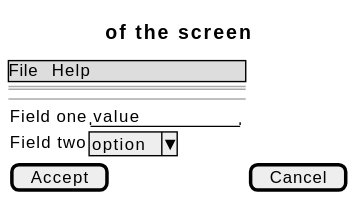
The PlantUML diagram docs/01-requirements/use-cases/switchFeature/wireframes.svg in didactika/kampus, before a commit. Source of this version:
```plantuml
@startsalt
{
  {* File | Help }
  ==
  Title of the screen
  --
  {
    Field one | "value        "
    Field two | ^option^
  }
  [ Accept ] | [ Cancel ]
}
@endsalt
```
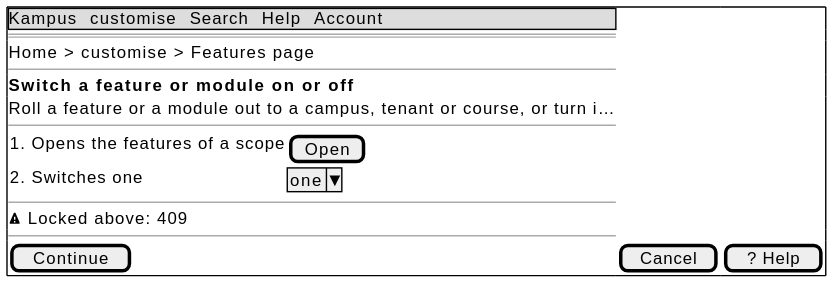
Above is the later version.

What changed in the source:
```diff
@@ -1,13 +1,19 @@
 @startsalt
-{
-  {* File | Help }
+{+
+  {* Kampus | customise | Search | Help | Account }
   ==
-  Title of the screen
+  Home > customise > Features page
+  --
+  <b>Switch a feature or module on or off
+  Roll a feature or a module out to a campus, tenant or course, or turn i…
   --
   {
-    Field one | "value        "
-    Field two | ^option^
+    1. Opens the features of a scope | [ Open ]
+    2. Switches one | ^one^
   }
-  [ Accept ] | [ Cancel ]
+  --
+  <&warning> Locked above: 409
+  --
+  [ Continue ] | [ Cancel ] | [ ? Help ]
 }
 @endsalt
```
